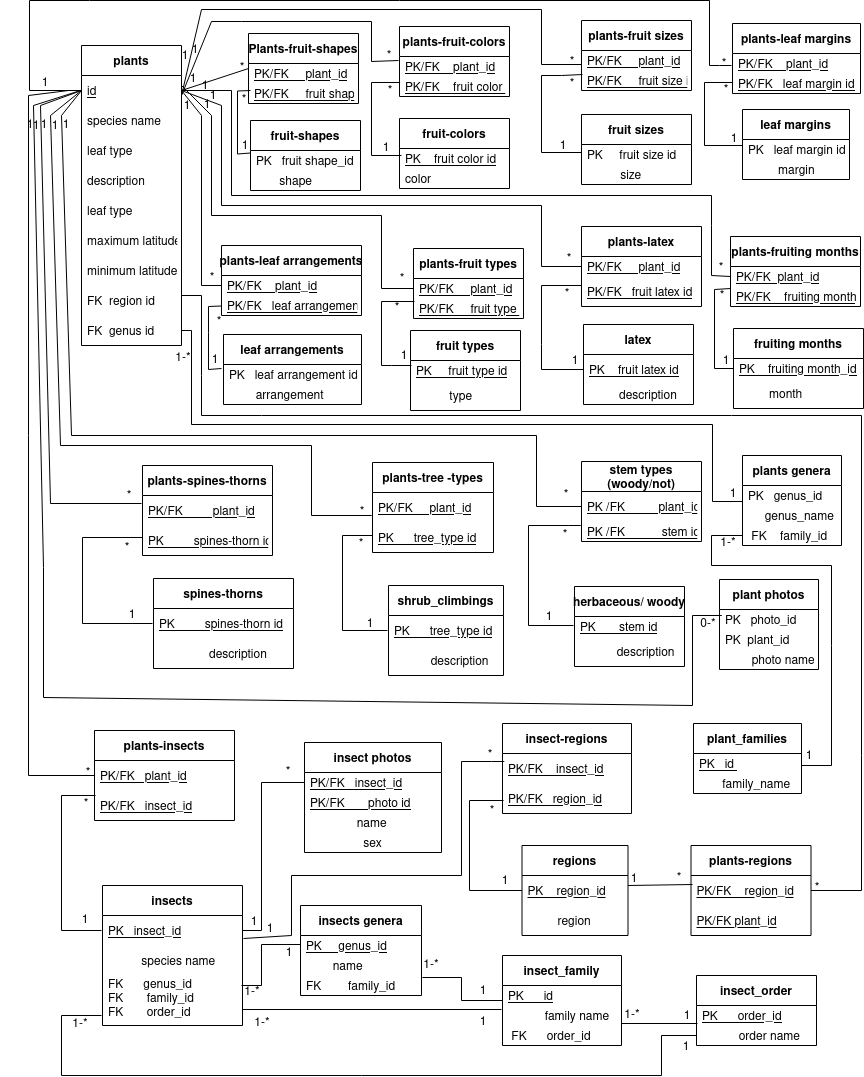
Before: database/UML.png, a diagram exported from draw.io (icipe-official/Wild-Plants-Fruits-and-Host-Insects). Source tidied: cells renumbered, new cells last; positions are measured from the earlier drawing's top-left corner, leaving out a move shared by most shapes.
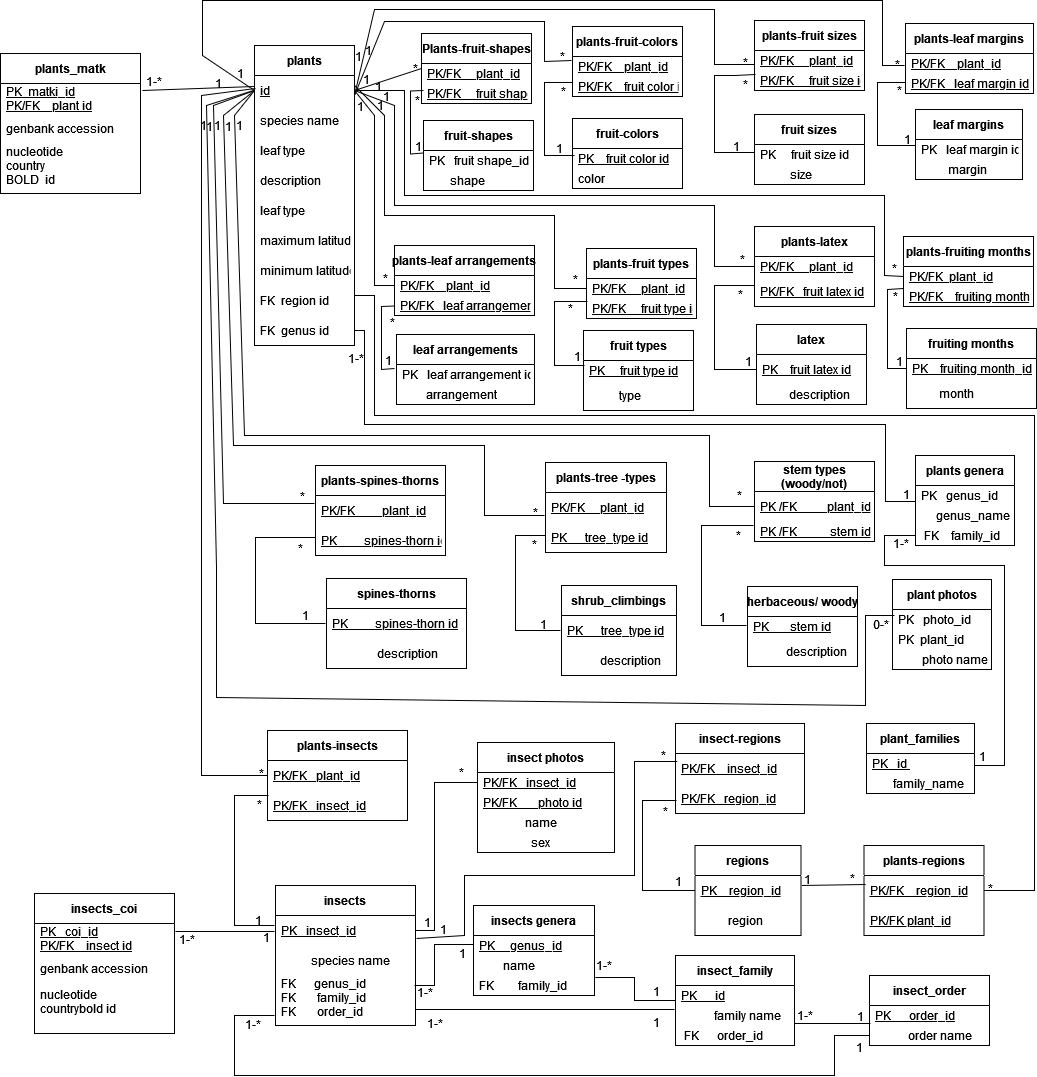
The same diagram one commit later.

Diff of the diagram source:
```diff
@@ -191,9 +191,8 @@
         </Array>
       </mxGeometry>
     </mxCell>
-    <mxCell id="62" style="endArrow=none;html=1;rounded=0;entryX=0;entryY=0.5;entryDx=0;entryDy=0;exitX=0;exitY=0.5;exitDx=0;exitDy=0;" parent="1" edge="1" target="41">
+    <mxCell id="62" style="endArrow=none;html=1;rounded=0;entryX=0;entryY=0.5;entryDx=0;entryDy=0;exitX=0.75;exitY=1;exitDx=0;exitDy=0;" parent="1" edge="1" source="242" target="41">
       <mxGeometry relative="1" as="geometry">
-        <mxPoint x="68" y="90" as="sourcePoint" />
         <Array as="points">
           <mxPoint x="28" y="95" />
           <mxPoint x="28" y="775" />
@@ -347,7 +346,7 @@
         <mxPoint x="81" y="90" as="sourcePoint" />
         <mxPoint x="731" y="65" as="targetPoint" />
         <Array as="points">
-          <mxPoint x="29" y="90" />
+          <mxPoint x="29" y="55" />
           <mxPoint x="29" />
           <mxPoint x="89" />
           <mxPoint x="709" />
@@ -549,10 +548,11 @@
     <mxCell id="125" style="endArrow=none;html=1;rounded=0;" parent="1" edge="1">
       <mxGeometry relative="1" as="geometry">
         <mxPoint x="95" y="795" as="sourcePoint" />
-        <mxPoint x="101" y="930" as="targetPoint" />
+        <mxPoint x="101" y="925" as="targetPoint" />
         <Array as="points">
           <mxPoint x="61" y="795" />
-          <mxPoint x="61" y="930" />
+          <mxPoint x="61" y="925" />
+          <mxPoint x="81" y="925" />
         </Array>
       </mxGeometry>
     </mxCell>
@@ -956,5 +956,52 @@
     <mxCell id="230" value="*" style="text;html=1;strokeColor=none;fillColor=none;align=center;verticalAlign=middle;whiteSpace=wrap;rounded=0;" parent="1" vertex="1">
       <mxGeometry x="214" y="85" width="60" height="30" as="geometry" />
     </mxCell>
+    <mxCell id="231" value="insects_coi" style="swimlane;fontStyle=1;horizontal=1;startSize=30;" parent="1" vertex="1">
+      <mxGeometry x="-139" y="893" width="140" height="140" as="geometry" />
+    </mxCell>
+    <mxCell id="232" value="PK   coi_id&#10;PK/FK    insect id&#10;" style="text;strokeColor=none;fillColor=none;align=left;verticalAlign=middle;spacingLeft=4;spacingRight=4;overflow=hidden;points=[[0,0.5],[1,0.5]];portConstraint=eastwest;fontStyle=4;" parent="231" vertex="1">
+      <mxGeometry y="30" width="140" height="30" as="geometry" />
+    </mxCell>
+    <mxCell id="233" value="genbank accession" style="text;strokeColor=none;fillColor=none;align=left;verticalAlign=middle;spacingLeft=4;spacingRight=4;overflow=hidden;fontStyle=0;" parent="231" vertex="1">
+      <mxGeometry y="60" width="140" height="30" as="geometry" />
+    </mxCell>
+    <mxCell id="234" value="nucleotide&#10;countrybold id&#10;" style="text;strokeColor=none;fillColor=none;align=left;verticalAlign=middle;spacingLeft=4;spacingRight=4;overflow=hidden;fontStyle=0;" parent="231" vertex="1">
+      <mxGeometry y="90" width="140" height="50" as="geometry" />
+    </mxCell>
+    <mxCell id="235" style="endArrow=none;html=1;rounded=0;exitX=1.007;exitY=0.267;exitDx=0;exitDy=0;exitPerimeter=0;" parent="1" edge="1" source="232">
+      <mxGeometry relative="1" as="geometry">
+        <mxPoint x="101" y="931" as="targetPoint" />
+      </mxGeometry>
+    </mxCell>
+    <mxCell id="236" value="1" style="text;html=1;strokeColor=none;fillColor=none;align=center;verticalAlign=middle;whiteSpace=wrap;rounded=0;" parent="1" vertex="1">
+      <mxGeometry x="63" y="921" width="60" height="31" as="geometry" />
+    </mxCell>
+    <mxCell id="237" value="1-*" style="text;html=1;strokeColor=none;fillColor=none;align=center;verticalAlign=middle;whiteSpace=wrap;rounded=0;" parent="1" vertex="1">
+      <mxGeometry x="-16" y="923" width="60" height="31" as="geometry" />
+    </mxCell>
+    <mxCell id="238" value="plants_matk" style="swimlane;fontStyle=1;horizontal=1;startSize=30;" parent="1" vertex="1">
+      <mxGeometry x="-173" y="53" width="140" height="140" as="geometry" />
+    </mxCell>
+    <mxCell id="239" value="PK  matki_id&#10;PK/FK    plant id&#10;" style="text;strokeColor=none;fillColor=none;align=left;verticalAlign=middle;spacingLeft=4;spacingRight=4;overflow=hidden;fontStyle=4;" parent="238" vertex="1">
+      <mxGeometry y="30" width="140" height="30" as="geometry" />
+    </mxCell>
+    <mxCell id="240" value="genbank accession" style="text;strokeColor=none;fillColor=none;align=left;verticalAlign=middle;spacingLeft=4;spacingRight=4;overflow=hidden;fontStyle=0;" parent="238" vertex="1">
+      <mxGeometry y="60" width="140" height="30" as="geometry" />
+    </mxCell>
+    <mxCell id="241" value="nucleotide&#10;country&#10;BOLD  id&#10;" style="text;strokeColor=none;fillColor=none;align=left;verticalAlign=middle;spacingLeft=4;spacingRight=4;overflow=hidden;fontStyle=0;" parent="238" vertex="1">
+      <mxGeometry y="90" width="140" height="50" as="geometry" />
+    </mxCell>
+    <mxCell id="242" value="1" style="text;html=1;strokeColor=none;fillColor=none;align=center;verticalAlign=middle;whiteSpace=wrap;rounded=0;" parent="1" vertex="1">
+      <mxGeometry x="37" y="58" width="60" height="30" as="geometry" />
+    </mxCell>
+    <mxCell id="243" style="endArrow=none;html=1;rounded=0;exitX=1.014;exitY=0.2;exitDx=0;exitDy=0;exitPerimeter=0;" parent="1" edge="1">
+      <mxGeometry relative="1" as="geometry">
+        <mxPoint x="-31" y="90" as="sourcePoint" />
+        <mxPoint x="81" y="86" as="targetPoint" />
+      </mxGeometry>
+    </mxCell>
+    <mxCell id="244" value="1-*" style="text;html=1;strokeColor=none;fillColor=none;align=center;verticalAlign=middle;whiteSpace=wrap;rounded=0;" parent="1" vertex="1">
+      <mxGeometry x="-49" y="66" width="60" height="30" as="geometry" />
+    </mxCell>
   </root>
 </mxGraphModel>
```
